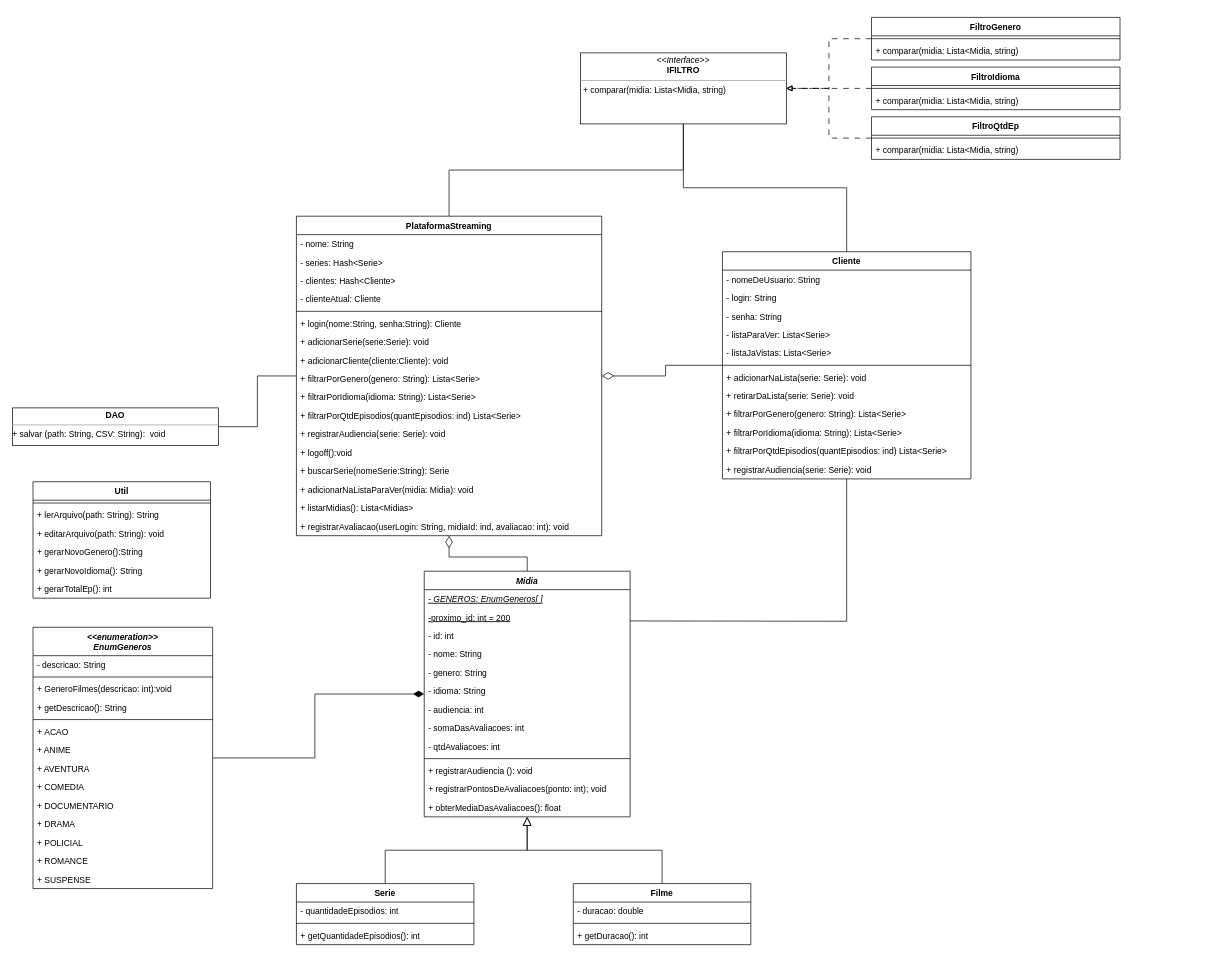
Above: page "v3" (1 of 3) of docs/diagramas/DiagramaDeClasse.drawio in DisciplinasProgramacao/lpm_projetos_3_4_5-grupo6 (draw.io), before the change. Source tidied: cells renumbered, new cells numbered last; positions are measured from the earlier drawing's top-left corner, leaving out a move shared by most shapes. Both pictures are drawn from the tidied source at 71%, with x=0, y=0 at pixel (12, 17).
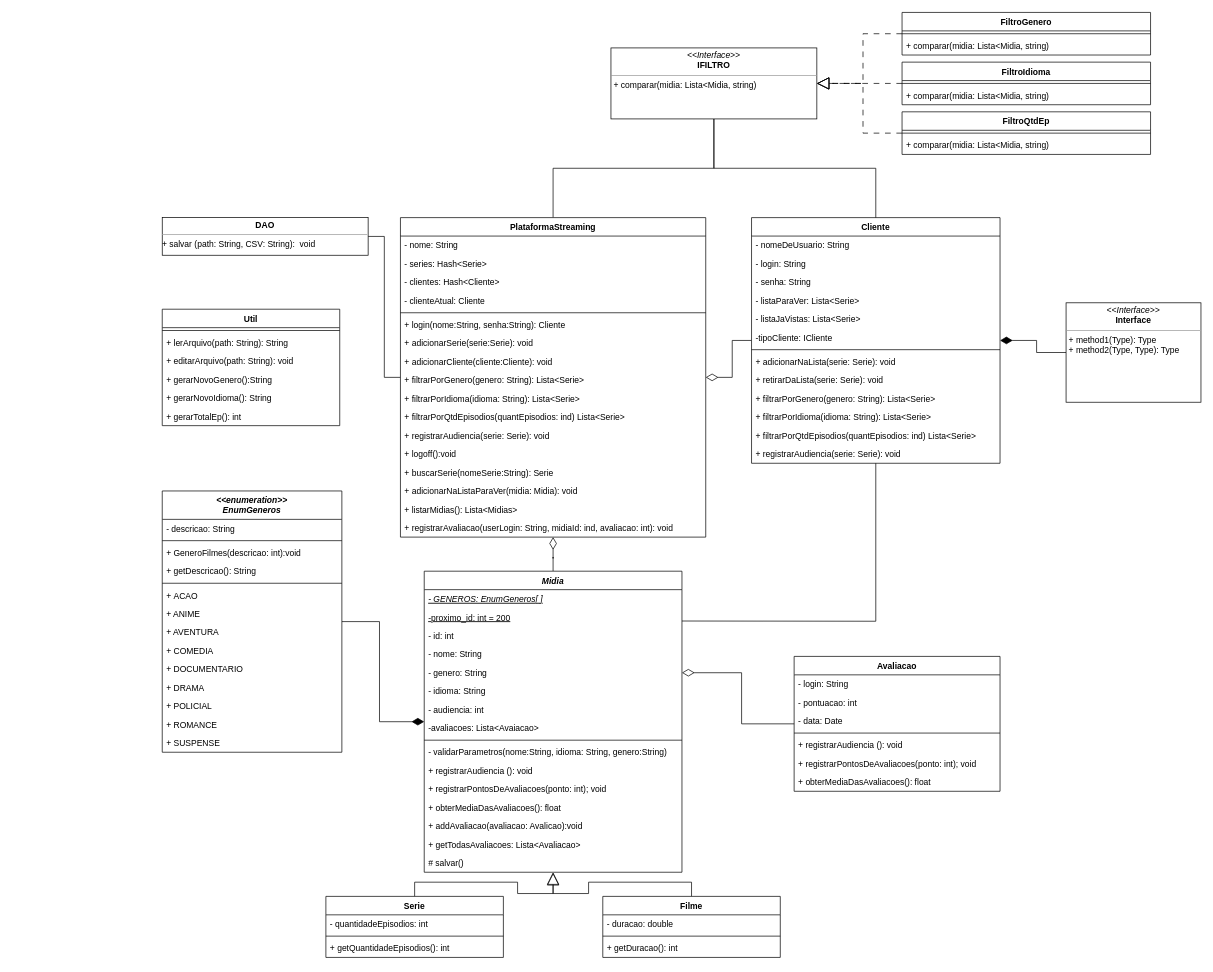
Above is the later version.

Commit message (it also covers changes not shown here):
atualização do diagrama

Change to the diagram source:
```diff
@@
-    <mxCell id="2" style="edgeStyle=orthogonalEdgeStyle;rounded=0;jettySize=auto;html=1;endArrow=block;endFill=0;endSize=10;" parent="1" edge="1" source="3" target="49">
+    <mxCell id="2" style="edgeStyle=orthogonalEdgeStyle;rounded=0;jettySize=auto;html=1;endArrow=block;endFill=0;endSize=15;" parent="1" edge="1" source="3" target="49">
       <mxGeometry relative="1" as="geometry" />
     </mxCell>
     <mxCell id="3" value="Serie" style="swimlane;fontStyle=1;align=center;verticalAlign=top;horizontal=1;startSize=26;labelBackgroundColor=none;gradientColor=none;swimlaneFillColor=default;" parent="1" vertex="1">
-      <mxGeometry x="400" y="1220" width="250" height="86" as="geometry" />
+      <mxGeometry x="441.5" y="1238" width="250" height="86" as="geometry" />
     </mxCell>
@@
+    <mxCell id="100" style="edgeStyle=orthogonalEdgeStyle;rounded=0;jettySize=auto;html=1;endArrow=none;endFill=0;startArrow=diamondThin;startFill=1;endSize=15;startSize=15;" parent="1" edge="1" source="8" target="107">
+      <mxGeometry relative="1" as="geometry" />
+    </mxCell>
     <mxCell id="8" value="Cliente" style="swimlane;fontStyle=1;align=center;verticalAlign=top;horizontal=1;startSize=26;swimlaneFillColor=default;fillColor=default;strokeColor=default;" parent="1" vertex="1">
-      <mxGeometry x="1000" y="330" width="350" height="320" as="geometry" />
+      <mxGeometry x="1041" y="282" width="350" height="346" as="geometry" />
     </mxCell>
@@
+    <mxCell id="101" value="-tipoCliente: ICliente" style="text;strokeColor=none;fillColor=none;align=left;verticalAlign=top;spacingLeft=4;spacingRight=4;overflow=hidden;" parent="8" vertex="1">
+      <mxGeometry y="156" width="350" height="26" as="geometry" />
+    </mxCell>
     <mxCell id="14" style="line;strokeWidth=1;fillColor=none;align=left;verticalAlign=middle;spacingTop=-1;spacingLeft=3;spacingRight=3;labelPosition=right;strokeColor=inherit;" parent="8" vertex="1">
-      <mxGeometry y="156" width="350" height="8" as="geometry" />
+      <mxGeometry y="182" width="350" height="8" as="geometry" />
     </mxCell>
     <mxCell id="15" value="+ adicionarNaLista(serie: Serie): void" style="text;strokeColor=none;fillColor=none;align=left;verticalAlign=top;spacingLeft=4;spacingRight=4;overflow=hidden;" parent="8" vertex="1">
-      <mxGeometry y="164" width="350" height="26" as="geometry" />
+      <mxGeometry y="190" width="350" height="26" as="geometry" />
     </mxCell>
     <mxCell id="16" value="+ retirarDaLista(serie: Serie): void" style="text;strokeColor=none;fillColor=none;align=left;verticalAlign=top;spacingLeft=4;spacingRight=4;overflow=hidden;" parent="8" vertex="1">
-      <mxGeometry y="190" width="350" height="26" as="geometry" />
+      <mxGeometry y="216" width="350" height="26" as="geometry" />
     </mxCell>
     <mxCell id="17" value="+ filtrarPorGenero(genero: String): Lista&lt;Serie&gt;" style="text;strokeColor=none;fillColor=none;align=left;verticalAlign=top;spacingLeft=4;spacingRight=4;overflow=hidden;" parent="8" vertex="1">
-      <mxGeometry y="216" width="350" height="26" as="geometry" />
+      <mxGeometry y="242" width="350" height="26" as="geometry" />
     </mxCell>
     <mxCell id="18" value="+ filtrarPorIdioma(idioma: String): Lista&lt;Serie&gt;" style="text;strokeColor=none;fillColor=none;align=left;verticalAlign=top;spacingLeft=4;spacingRight=4;overflow=hidden;" parent="8" vertex="1">
-      <mxGeometry y="242" width="350" height="26" as="geometry" />
+      <mxGeometry y="268" width="350" height="26" as="geometry" />
     </mxCell>
     <mxCell id="19" value="+ filtrarPorQtdEpisodios(quantEpisodios: ind) Lista&lt;Serie&gt;" style="text;strokeColor=none;fillColor=none;align=left;verticalAlign=top;spacingLeft=4;spacingRight=4;overflow=hidden;" parent="8" vertex="1">
-      <mxGeometry y="268" width="350" height="26" as="geometry" />
+      <mxGeometry y="294" width="350" height="26" as="geometry" />
     </mxCell>
     <mxCell id="20" value="+ registrarAudiencia(serie: Serie): void" style="text;strokeColor=none;fillColor=none;align=left;verticalAlign=top;spacingLeft=4;spacingRight=4;overflow=hidden;" parent="8" vertex="1">
-      <mxGeometry y="294" width="350" height="26" as="geometry" />
+      <mxGeometry y="320" width="350" height="26" as="geometry" />
     </mxCell>
@@
     <mxCell id="23" value="PlataformaStreaming" style="swimlane;fontStyle=1;align=center;verticalAlign=top;horizontal=1;startSize=26;swimlaneFillColor=default;" parent="1" vertex="1">
-      <mxGeometry x="400" y="280" width="430" height="450" as="geometry" />
+      <mxGeometry x="546.5" y="282" width="430" height="450" as="geometry" />
     </mxCell>
@@
-    <mxCell id="43" style="edgeStyle=orthogonalEdgeStyle;rounded=0;jettySize=auto;html=1;endArrow=block;endFill=0;startSize=10;endSize=10;" parent="1" edge="1" source="44" target="49">
+    <mxCell id="43" style="edgeStyle=orthogonalEdgeStyle;rounded=0;jettySize=auto;html=1;endArrow=block;endFill=0;startSize=15;endSize=15;targetPerimeterSpacing=1;" parent="1" edge="1" source="44" target="49">
       <mxGeometry relative="1" as="geometry" />
     </mxCell>
     <mxCell id="44" value="Filme" style="swimlane;fontStyle=1;align=center;verticalAlign=top;horizontal=1;startSize=26;labelBackgroundColor=none;gradientColor=none;swimlaneFillColor=default;" parent="1" vertex="1">
-      <mxGeometry x="790" y="1220" width="250" height="86" as="geometry" />
+      <mxGeometry x="831.5" y="1238" width="250" height="86" as="geometry" />
     </mxCell>
@@
-    <mxCell id="48" style="edgeStyle=orthogonalEdgeStyle;rounded=0;jettySize=auto;html=1;endArrow=none;endFill=0;startArrow=diamondThin;startFill=1;endSize=14;startSize=13;" parent="1" edge="1" source="49" target="85">
+    <mxCell id="48" style="edgeStyle=orthogonalEdgeStyle;rounded=0;jettySize=auto;html=1;endArrow=none;endFill=0;startArrow=diamondThin;startFill=1;endSize=15;startSize=15;" parent="1" edge="1" source="49" target="85">
       <mxGeometry relative="1" as="geometry" />
     </mxCell>
     <mxCell id="49" value="Midia" style="swimlane;fontStyle=3;align=center;verticalAlign=top;horizontal=1;startSize=26;labelBackgroundColor=none;gradientColor=none;swimlaneFillColor=default;" parent="1" vertex="1">
-      <mxGeometry x="580" y="780" width="290" height="346" as="geometry" />
+      <mxGeometry x="580" y="780" width="363" height="424" as="geometry" />
     </mxCell>
     <mxCell id="50" value="- GENEROS: EnumGeneros[ ]" style="text;strokeColor=none;fillColor=none;align=left;verticalAlign=top;spacingLeft=4;spacingRight=4;overflow=hidden;fontStyle=6;" parent="49" vertex="1">
-      <mxGeometry y="26" width="290" height="26" as="geometry" />
+      <mxGeometry y="26" width="363" height="26" as="geometry" />
     </mxCell>
     <mxCell id="51" value="-proximo_id: int = 200" style="text;strokeColor=none;fillColor=none;align=left;verticalAlign=top;spacingLeft=4;spacingRight=4;overflow=hidden;fontStyle=4;" parent="49" vertex="1">
-      <mxGeometry y="52" width="290" height="26" as="geometry" />
+      <mxGeometry y="52" width="363" height="26" as="geometry" />
     </mxCell>
     <mxCell id="52" value="- id: int" style="text;strokeColor=none;fillColor=none;align=left;verticalAlign=top;spacingLeft=4;spacingRight=4;overflow=hidden;" parent="49" vertex="1">
-      <mxGeometry y="78" width="290" height="26" as="geometry" />
+      <mxGeometry y="78" width="363" height="26" as="geometry" />
     </mxCell>
     <mxCell id="53" value="- nome: String" style="text;strokeColor=none;fillColor=none;align=left;verticalAlign=top;spacingLeft=4;spacingRight=4;overflow=hidden;" parent="49" vertex="1">
-      <mxGeometry y="104" width="290" height="26" as="geometry" />
+      <mxGeometry y="104" width="363" height="26" as="geometry" />
     </mxCell>
     <mxCell id="54" value="- genero: String" style="text;strokeColor=none;fillColor=none;align=left;verticalAlign=top;spacingLeft=4;spacingRight=4;overflow=hidden;points=[[0,0.5],[1,0.5]];portConstraint=eastwest;" parent="49" vertex="1">
-      <mxGeometry y="130" width="290" height="26" as="geometry" />
+      <mxGeometry y="130" width="363" height="26" as="geometry" />
     </mxCell>
     <mxCell id="55" value="- idioma: String" style="text;strokeColor=none;fillColor=none;align=left;verticalAlign=top;spacingLeft=4;spacingRight=4;overflow=hidden;" parent="49" vertex="1">
-      <mxGeometry y="156" width="290" height="26" as="geometry" />
+      <mxGeometry y="156" width="363" height="26" as="geometry" />
     </mxCell>
     <mxCell id="56" value="- audiencia: int" style="text;strokeColor=none;fillColor=none;align=left;verticalAlign=top;spacingLeft=4;spacingRight=4;overflow=hidden;" parent="49" vertex="1">
-      <mxGeometry y="182" width="290" height="26" as="geometry" />
+      <mxGeometry y="182" width="363" height="26" as="geometry" />
     </mxCell>
-    <mxCell id="57" value="- somaDasAvaliacoes: int" style="text;strokeColor=none;fillColor=none;align=left;verticalAlign=top;spacingLeft=4;spacingRight=4;overflow=hidden;" parent="49" vertex="1">
-      <mxGeometry y="208" width="290" height="26" as="geometry" />
-    </mxCell>
-    <mxCell id="58" value="- qtdAvaliacoes: int" style="text;strokeColor=none;fillColor=none;align=left;verticalAlign=top;spacingLeft=4;spacingRight=4;overflow=hidden;" parent="49" vertex="1">
-      <mxGeometry y="234" width="290" height="26" as="geometry" />
-    </mxCell>
+    <mxCell id="102" value="-avaliacoes: Lista&lt;Avaiacao&gt;" style="text;strokeColor=none;fillColor=none;align=left;verticalAlign=top;spacingLeft=4;spacingRight=4;overflow=hidden;" parent="49" vertex="1">
+      <mxGeometry y="208" width="363" height="26" as="geometry" />
+    </mxCell>
     <mxCell id="59" style="line;strokeWidth=1;fillColor=none;align=left;verticalAlign=middle;spacingTop=-1;spacingLeft=3;spacingRight=3;labelPosition=right;strokeColor=inherit;" parent="49" vertex="1">
-      <mxGeometry y="260" width="290" height="8" as="geometry" />
+      <mxGeometry y="234" width="363" height="8" as="geometry" />
     </mxCell>
+    <mxCell id="103" value="- validarParametros(nome:String, idioma: String, genero:String)" style="text;strokeColor=none;fillColor=none;align=left;verticalAlign=top;spacingLeft=4;spacingRight=4;overflow=hidden;fontStyle=0;" parent="49" vertex="1">
+      <mxGeometry y="242" width="363" height="26" as="geometry" />
+    </mxCell>
     <mxCell id="60" value="+ registrarAudiencia (): void" style="text;strokeColor=none;fillColor=none;align=left;verticalAlign=top;spacingLeft=4;spacingRight=4;overflow=hidden;fontStyle=0;" parent="49" vertex="1">
-      <mxGeometry y="268" width="290" height="26" as="geometry" />
+      <mxGeometry y="268" width="363" height="26" as="geometry" />
     </mxCell>
     <mxCell id="61" value="+ registrarPontosDeAvaliacoes(ponto: int); void" style="text;strokeColor=none;fillColor=none;align=left;verticalAlign=top;spacingLeft=4;spacingRight=4;overflow=hidden;fontStyle=0;" parent="49" vertex="1">
-      <mxGeometry y="294" width="290" height="26" as="geometry" />
+      <mxGeometry y="294" width="363" height="26" as="geometry" />
     </mxCell>
     <mxCell id="62" value="+ obterMediaDasAvaliacoes(): float" style="text;strokeColor=none;fillColor=none;align=left;verticalAlign=top;spacingLeft=4;spacingRight=4;overflow=hidden;fontStyle=0;" parent="49" vertex="1">
-      <mxGeometry y="320" width="290" height="26" as="geometry" />
+      <mxGeometry y="320" width="363" height="26" as="geometry" />
     </mxCell>
+    <mxCell id="104" value="+ addAvaliacao(avaliacao: Avalicao):void" style="text;strokeColor=none;fillColor=none;align=left;verticalAlign=top;spacingLeft=4;spacingRight=4;overflow=hidden;fontStyle=0;" parent="49" vertex="1">
+      <mxGeometry y="346" width="363" height="26" as="geometry" />
+    </mxCell>
+    <mxCell id="105" value="+ getTodasAvaliacoes: Lista&lt;Avaliacao&gt;" style="text;strokeColor=none;fillColor=none;align=left;verticalAlign=top;spacingLeft=4;spacingRight=4;overflow=hidden;fontStyle=0;" parent="49" vertex="1">
+      <mxGeometry y="372" width="363" height="26" as="geometry" />
+    </mxCell>
+    <mxCell id="106" value="# salvar()" style="text;strokeColor=none;fillColor=none;align=left;verticalAlign=top;spacingLeft=4;spacingRight=4;overflow=hidden;fontStyle=0;" parent="49" vertex="1">
+      <mxGeometry y="398" width="363" height="26" as="geometry" />
+    </mxCell>
@@
     <mxCell id="64" value="&lt;p style=&quot;margin:0px;margin-top:4px;text-align:center;&quot;&gt;&lt;i&gt;&amp;lt;&amp;lt;Interface&amp;gt;&amp;gt;&lt;/i&gt;&lt;br&gt;&lt;b&gt;IFILTRO&lt;/b&gt;&lt;/p&gt;&lt;hr size=&quot;1&quot;&gt;&lt;p style=&quot;margin:0px;margin-left:4px;&quot;&gt;+ comparar(midia: Lista&amp;lt;Midia, string)&lt;/p&gt;" style="verticalAlign=top;align=left;overflow=fill;fontSize=12;fontFamily=Helvetica;html=1;whiteSpace=wrap;" parent="1" vertex="1">
-      <mxGeometry x="800" y="50" width="290" height="100" as="geometry" />
+      <mxGeometry x="843" y="43" width="290" height="100" as="geometry" />
     </mxCell>
-    <mxCell id="65" style="edgeStyle=orthogonalEdgeStyle;rounded=0;jettySize=auto;html=1;endArrow=block;endFill=0;dashed=1;dashPattern=8 8;entryX=1;entryY=0.5;entryDx=0;entryDy=0;" parent="1" edge="1" source="66" target="64">
+    <mxCell id="65" style="edgeStyle=orthogonalEdgeStyle;rounded=0;jettySize=auto;html=1;endArrow=block;endFill=0;dashed=1;dashPattern=8 8;entryX=1;entryY=0.5;entryDx=0;entryDy=0;endSize=15;startSize=15;" parent="1" edge="1" source="66" target="64">
       <mxGeometry relative="1" as="geometry" />
     </mxCell>
     <mxCell id="66" value="FiltroGenero" style="swimlane;fontStyle=1;align=center;verticalAlign=top;horizontal=1;startSize=26;swimlaneFillColor=default;fillColor=default;strokeColor=default;" parent="1" vertex="1">
-      <mxGeometry x="1210" width="350" height="60" as="geometry" />
+      <mxGeometry x="1253" y="-7" width="350" height="60" as="geometry" />
     </mxCell>
@@
-    <mxCell id="69" style="edgeStyle=orthogonalEdgeStyle;rounded=0;jettySize=auto;html=1;endArrow=block;endFill=0;dashed=1;dashPattern=8 8;" parent="1" edge="1" source="70" target="64">
+    <mxCell id="69" style="edgeStyle=orthogonalEdgeStyle;rounded=0;jettySize=auto;html=1;endArrow=block;endFill=0;dashed=1;dashPattern=8 8;endSize=15;startSize=15;" parent="1" edge="1" source="70" target="64">
       <mxGeometry relative="1" as="geometry" />
     </mxCell>
     <mxCell id="70" value="FiltroIdioma" style="swimlane;fontStyle=1;align=center;verticalAlign=top;horizontal=1;startSize=26;swimlaneFillColor=default;fillColor=default;strokeColor=default;" parent="1" vertex="1">
-      <mxGeometry x="1210" y="70" width="350" height="60" as="geometry" />
+      <mxGeometry x="1253" y="63" width="350" height="60" as="geometry" />
     </mxCell>
@@
-    <mxCell id="73" style="edgeStyle=orthogonalEdgeStyle;rounded=0;jettySize=auto;html=1;endArrow=block;endFill=0;dashed=1;dashPattern=8 8;" parent="1" edge="1" source="74" target="64">
+    <mxCell id="73" style="edgeStyle=orthogonalEdgeStyle;rounded=0;jettySize=auto;html=1;endArrow=block;endFill=0;dashed=1;dashPattern=8 8;endSize=15;startSize=15;" parent="1" edge="1" source="74" target="64">
       <mxGeometry relative="1" as="geometry" />
     </mxCell>
     <mxCell id="74" value="FiltroQtdEp" style="swimlane;fontStyle=1;align=center;verticalAlign=top;horizontal=1;startSize=26;swimlaneFillColor=default;fillColor=default;strokeColor=default;" parent="1" vertex="1">
-      <mxGeometry x="1210" y="140" width="350" height="60" as="geometry" />
+      <mxGeometry x="1253" y="133" width="350" height="60" as="geometry" />
     </mxCell>
@@
     <mxCell id="77" value="&lt;p style=&quot;margin:0px;margin-top:4px;text-align:center;&quot;&gt;&lt;b&gt;DAO&lt;/b&gt;&lt;/p&gt;&lt;hr size=&quot;1&quot;&gt;+ salvar (path: String, CSV: String):&amp;nbsp;&amp;nbsp;void&amp;nbsp;&lt;br&gt;&lt;br&gt;&lt;br&gt;&lt;p style=&quot;margin:0px;margin-left:4px;&quot;&gt;&lt;/p&gt;" style="verticalAlign=top;align=left;overflow=fill;fontSize=12;fontFamily=Helvetica;html=1;whiteSpace=wrap;" parent="1" vertex="1">
-      <mxGeometry y="550" width="290" height="53" as="geometry" />
+      <mxGeometry x="211" y="282" width="290" height="53" as="geometry" />
     </mxCell>
     <mxCell id="78" value="Util" style="swimlane;fontStyle=1;align=center;verticalAlign=top;horizontal=1;startSize=26;labelBackgroundColor=none;gradientColor=none;swimlaneFillColor=default;" parent="1" vertex="1">
-      <mxGeometry x="29" y="654" width="250" height="164" as="geometry" />
+      <mxGeometry x="211" y="411" width="250" height="164" as="geometry" />
     </mxCell>
@@
     <mxCell id="85" value="&lt;&lt;enumeration&gt;&gt;&#10;EnumGeneros" style="swimlane;fontStyle=3;align=center;verticalAlign=top;horizontal=1;startSize=40;labelBackgroundColor=none;gradientColor=none;swimlaneFillColor=default;fontSize=12;rounded=0;glass=0;arcSize=15;spacingTop=0;strokeColor=default;" parent="1" vertex="1">
-      <mxGeometry x="29" y="859" width="253" height="368" as="geometry" />
+      <mxGeometry x="211" y="667" width="253" height="368" as="geometry" />
     </mxCell>
@@
+    <mxCell id="107" value="&lt;p style=&quot;margin:0px;margin-top:4px;text-align:center;&quot;&gt;&lt;i&gt;&amp;lt;&amp;lt;Interface&amp;gt;&amp;gt;&lt;/i&gt;&lt;br&gt;&lt;b&gt;Interface&lt;/b&gt;&lt;/p&gt;&lt;hr size=&quot;1&quot;&gt;&lt;p style=&quot;margin:0px;margin-left:4px;&quot;&gt;+ method1(Type): Type&lt;br&gt;+ method2(Type, Type): Type&lt;/p&gt;" style="verticalAlign=top;align=left;overflow=fill;fontSize=12;fontFamily=Helvetica;html=1;whiteSpace=wrap;" parent="1" vertex="1">
+      <mxGeometry x="1484" y="402" width="190" height="140" as="geometry" />
+    </mxCell>
+    <mxCell id="108" value="Avaliacao" style="swimlane;fontStyle=1;align=center;verticalAlign=top;horizontal=1;startSize=26;labelBackgroundColor=none;gradientColor=none;swimlaneFillColor=default;" parent="1" vertex="1">
+      <mxGeometry x="1101" y="900" width="290" height="190" as="geometry" />
+    </mxCell>
+    <mxCell id="109" value="- login: String" style="text;strokeColor=none;fillColor=none;align=left;verticalAlign=top;spacingLeft=4;spacingRight=4;overflow=hidden;" parent="108" vertex="1">
+      <mxGeometry y="26" width="290" height="26" as="geometry" />
+    </mxCell>
+    <mxCell id="110" value="- pontuacao: int" style="text;strokeColor=none;fillColor=none;align=left;verticalAlign=top;spacingLeft=4;spacingRight=4;overflow=hidden;" parent="108" vertex="1">
+      <mxGeometry y="52" width="290" height="26" as="geometry" />
+    </mxCell>
+    <mxCell id="111" value="- data: Date" style="text;strokeColor=none;fillColor=none;align=left;verticalAlign=top;spacingLeft=4;spacingRight=4;overflow=hidden;" parent="108" vertex="1">
+      <mxGeometry y="78" width="290" height="26" as="geometry" />
+    </mxCell>
+    <mxCell id="112" style="line;strokeWidth=1;fillColor=none;align=left;verticalAlign=middle;spacingTop=-1;spacingLeft=3;spacingRight=3;labelPosition=right;strokeColor=inherit;" parent="108" vertex="1">
+      <mxGeometry y="104" width="290" height="8" as="geometry" />
+    </mxCell>
+    <mxCell id="113" value="+ registrarAudiencia (): void" style="text;strokeColor=none;fillColor=none;align=left;verticalAlign=top;spacingLeft=4;spacingRight=4;overflow=hidden;fontStyle=0;" parent="108" vertex="1">
+      <mxGeometry y="112" width="290" height="26" as="geometry" />
+    </mxCell>
+    <mxCell id="114" value="+ registrarPontosDeAvaliacoes(ponto: int); void" style="text;strokeColor=none;fillColor=none;align=left;verticalAlign=top;spacingLeft=4;spacingRight=4;overflow=hidden;fontStyle=0;" parent="108" vertex="1">
+      <mxGeometry y="138" width="290" height="26" as="geometry" />
+    </mxCell>
+    <mxCell id="115" value="+ obterMediaDasAvaliacoes(): float" style="text;strokeColor=none;fillColor=none;align=left;verticalAlign=top;spacingLeft=4;spacingRight=4;overflow=hidden;fontStyle=0;" parent="108" vertex="1">
+      <mxGeometry y="164" width="290" height="26" as="geometry" />
+    </mxCell>
+    <mxCell id="116" style="edgeStyle=orthogonalEdgeStyle;rounded=0;jettySize=auto;html=1;endArrow=none;endFill=0;startArrow=diamondThin;startFill=0;endSize=15;startSize=15;" parent="1" edge="1" source="54" target="108">
+      <mxGeometry relative="1" as="geometry" />
+    </mxCell>
```
